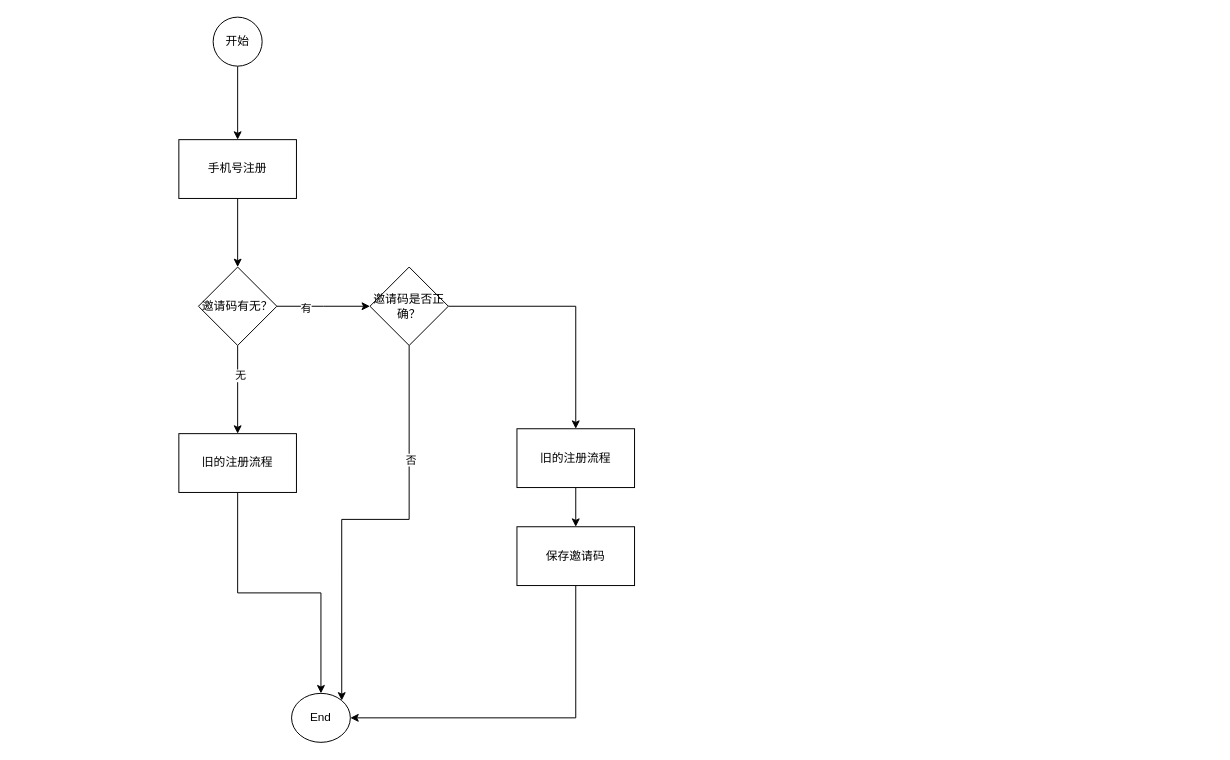
gongyao1992/draw keeps this draw.io diagram as 日常迭代/司机推广.drawio. Above is the earlier version. Source tidied: cells renumbered, new cells numbered last; positions are measured from the earlier drawing's top-left corner, leaving out a move shared by most shapes. Both pictures are drawn from the tidied source at 98%, with x=0, y=0 at pixel (178, 17).
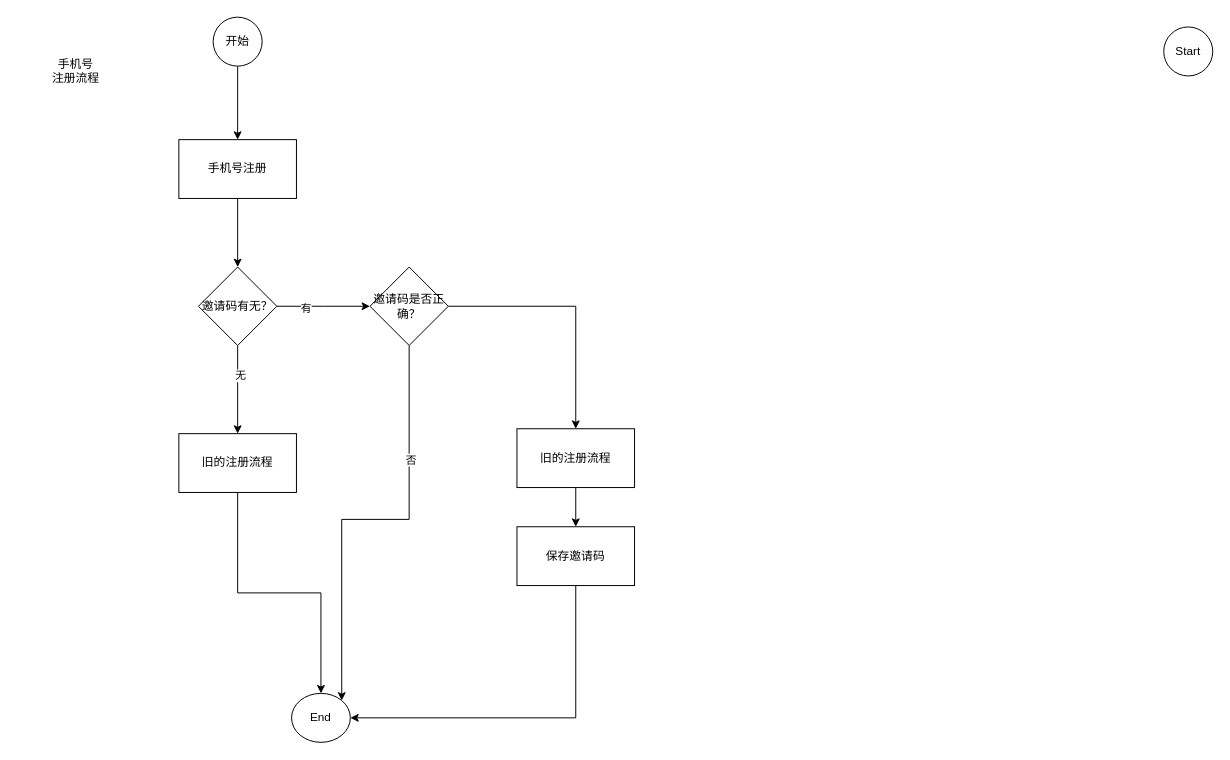
The same diagram, later.

Commit message (it also covers changes not shown here):
更新日常迭代/司机推广.drawio

Diff of the diagram source:
```diff
@@
+    <mxCell id="22" value="手机号&lt;br&gt;注册流程" style="text;html=1;strokeColor=none;fillColor=none;align=center;verticalAlign=middle;whiteSpace=wrap;rounded=0;" parent="1" vertex="1">
+      <mxGeometry x="-165" y="10" width="120" height="90" as="geometry" />
+    </mxCell>
+    <mxCell id="23" value="Start" style="ellipse;whiteSpace=wrap;html=1;" parent="1" vertex="1">
+      <mxGeometry x="1005" y="10" width="50" height="50" as="geometry" />
+    </mxCell>
```
